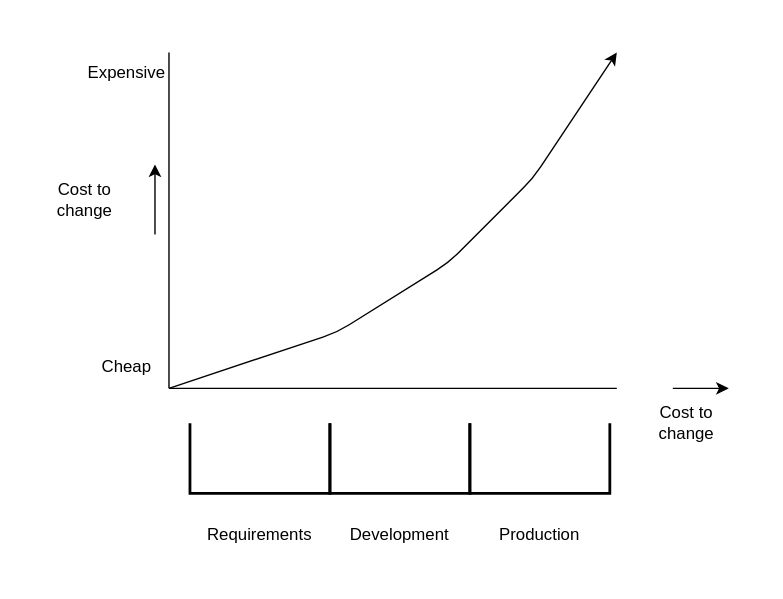
Earlier version of the draw.io export src/blog/content/slides/agile/boehmslaw.drawio.svg (martdegraaf/martdegraaf.github.io). Source tidied: cells renumbered, new cells last; positions are measured from the earlier drawing's top-left corner, leaving out a move shared by most shapes.
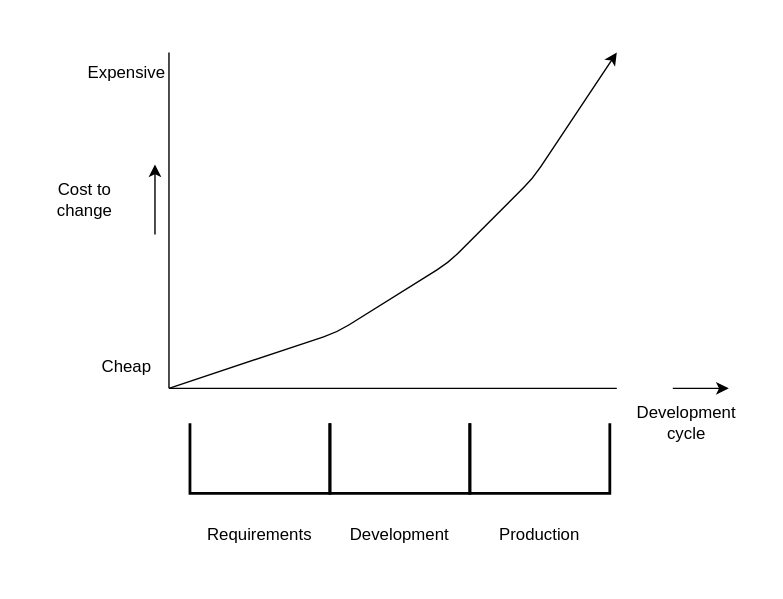
Later version of the same file.

Commit message:
chore: Update SVG file for agile slides

Change to the diagram source:
```diff
@@ -52,7 +52,7 @@
         <mxPoint x="80" y="80" as="targetPoint" />
       </mxGeometry>
     </mxCell>
-    <mxCell id="13" value="Cost to change" style="text;html=1;strokeColor=none;fillColor=none;align=center;verticalAlign=middle;whiteSpace=wrap;rounded=0;" parent="1" vertex="1">
+    <mxCell id="13" value="Development cycle" style="text;html=1;strokeColor=none;fillColor=none;align=center;verticalAlign=middle;whiteSpace=wrap;rounded=0;" parent="1" vertex="1">
       <mxGeometry x="430" y="250" width="60" height="30" as="geometry" />
     </mxCell>
     <mxCell id="14" value="Cheap" style="text;html=1;strokeColor=none;fillColor=none;align=center;verticalAlign=middle;whiteSpace=wrap;rounded=0;" parent="1" vertex="1">
```
